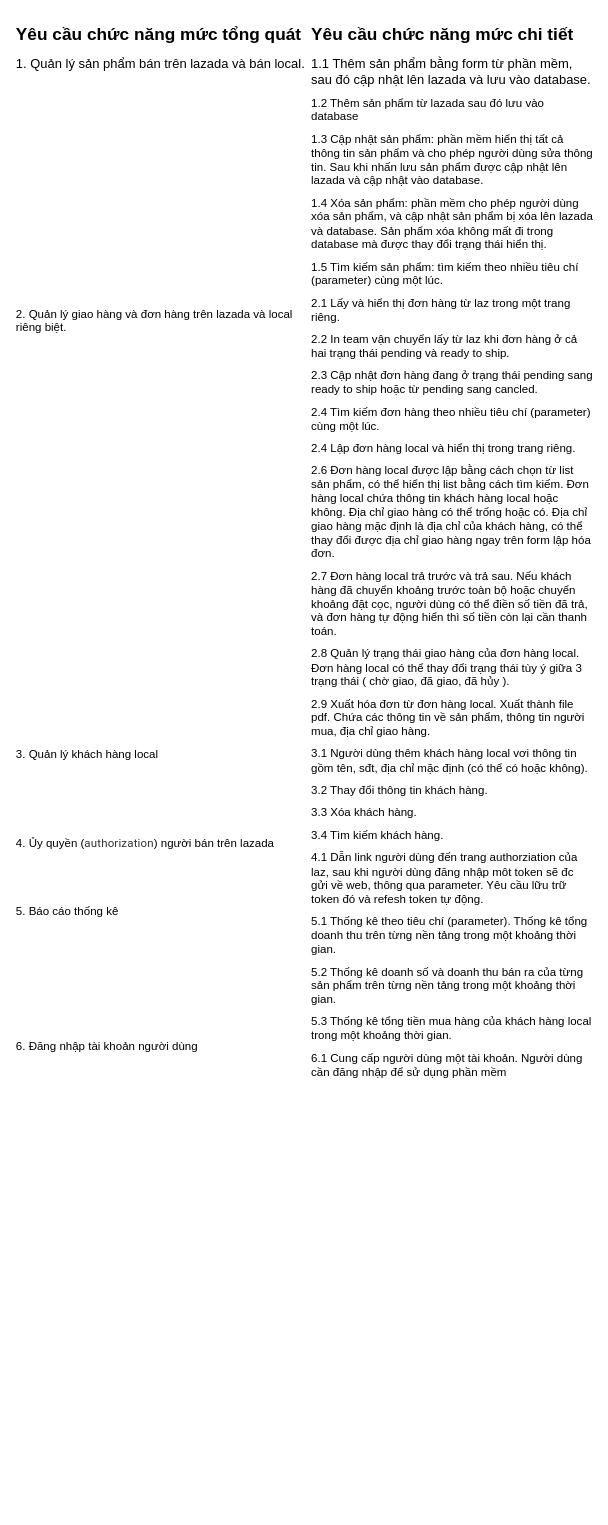
Before: page "Page-2" (2 of 2) of bfd.drawio in xxminhmie/override-project-document, a draw.io diagram. Source tidied: cells renumbered, new cells numbered last; positions are measured from the earlier drawing's top-left corner, leaving out a move shared by most shapes. Both pictures are drawn from the tidied source at 72%, with x=0, y=0 at pixel (12, 19).
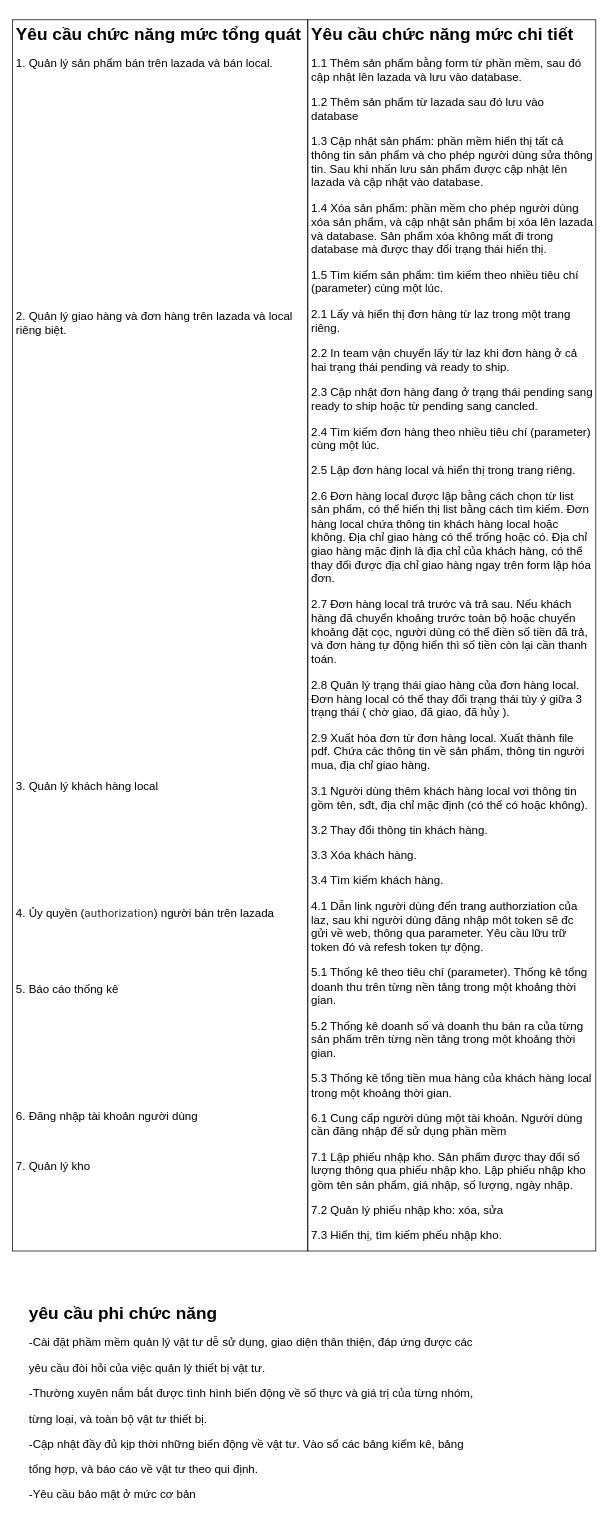
The same page after the edit.

The edit, as a diff of the source:
```diff
@@
 <mxGraphModel>
   <root>
     <mxCell id="0" />
     <mxCell id="1" parent="0" />
-    <mxCell id="2" value="&lt;h1&gt;Yêu cầu chức năng mức tổng quát&lt;/h1&gt;&lt;p&gt;&lt;font style=&quot;font-size: 18px&quot;&gt;1. Quản lý sản phẩm bán trên lazada và bán local.&lt;/font&gt;&lt;/p&gt;&lt;p&gt;&lt;font style=&quot;font-size: 18px&quot;&gt;&lt;br&gt;&lt;/font&gt;&lt;/p&gt;&lt;p&gt;&lt;font size=&quot;3&quot;&gt;&lt;br&gt;&lt;/font&gt;&lt;/p&gt;&lt;p&gt;&lt;font size=&quot;3&quot;&gt;&lt;br&gt;&lt;/font&gt;&lt;/p&gt;&lt;p&gt;&lt;font size=&quot;3&quot;&gt;&lt;br&gt;&lt;/font&gt;&lt;/p&gt;&lt;p&gt;&lt;font size=&quot;3&quot;&gt;&lt;br&gt;&lt;/font&gt;&lt;/p&gt;&lt;p&gt;&lt;font size=&quot;3&quot;&gt;&lt;br&gt;&lt;/font&gt;&lt;/p&gt;&lt;p&gt;&lt;font size=&quot;3&quot;&gt;&lt;br&gt;&lt;/font&gt;&lt;/p&gt;&lt;p&gt;&lt;font size=&quot;3&quot;&gt;&lt;br&gt;&lt;/font&gt;&lt;/p&gt;&lt;p&gt;&lt;font size=&quot;3&quot;&gt;&lt;br&gt;&lt;/font&gt;&lt;/p&gt;&lt;p&gt;&lt;font size=&quot;3&quot;&gt;&lt;br&gt;&lt;/font&gt;&lt;/p&gt;&lt;p&gt;&lt;font size=&quot;3&quot;&gt;2. Quản lý giao hàng và đơn hàng trên lazada và local riêng biệt.&lt;/font&gt;&lt;/p&gt;&lt;p&gt;&lt;font size=&quot;3&quot;&gt;&lt;br&gt;&lt;/font&gt;&lt;/p&gt;&lt;p&gt;&lt;font size=&quot;3&quot;&gt;&lt;br&gt;&lt;/font&gt;&lt;/p&gt;&lt;p&gt;&lt;font size=&quot;3&quot;&gt;&lt;br&gt;&lt;/font&gt;&lt;/p&gt;&lt;p&gt;&lt;font size=&quot;3&quot;&gt;&lt;br&gt;&lt;/font&gt;&lt;/p&gt;&lt;p&gt;&lt;font size=&quot;3&quot;&gt;&lt;br&gt;&lt;/font&gt;&lt;/p&gt;&lt;p&gt;&lt;font size=&quot;3&quot;&gt;&lt;br&gt;&lt;/font&gt;&lt;/p&gt;&lt;p&gt;&lt;font size=&quot;3&quot;&gt;&lt;br&gt;&lt;/font&gt;&lt;/p&gt;&lt;p&gt;&lt;font size=&quot;3&quot;&gt;&lt;br&gt;&lt;/font&gt;&lt;/p&gt;&lt;p&gt;&lt;font size=&quot;3&quot;&gt;&lt;br&gt;&lt;/font&gt;&lt;/p&gt;&lt;p&gt;&lt;font size=&quot;3&quot;&gt;&lt;br&gt;&lt;/font&gt;&lt;/p&gt;&lt;p&gt;&lt;font size=&quot;3&quot;&gt;&lt;br&gt;&lt;/font&gt;&lt;/p&gt;&lt;p&gt;&lt;font size=&quot;3&quot;&gt;&lt;br&gt;&lt;/font&gt;&lt;/p&gt;&lt;p&gt;&lt;font size=&quot;3&quot;&gt;&lt;br&gt;&lt;/font&gt;&lt;/p&gt;&lt;p&gt;&lt;font size=&quot;3&quot;&gt;&lt;br&gt;&lt;/font&gt;&lt;/p&gt;&lt;p&gt;&lt;font size=&quot;3&quot;&gt;&lt;br&gt;&lt;/font&gt;&lt;/p&gt;&lt;p&gt;&lt;font size=&quot;3&quot;&gt;&lt;br&gt;&lt;/font&gt;&lt;/p&gt;&lt;p&gt;&lt;font size=&quot;3&quot;&gt;&lt;br&gt;&lt;/font&gt;&lt;/p&gt;&lt;p&gt;&lt;font size=&quot;3&quot;&gt;&lt;br&gt;&lt;/font&gt;&lt;/p&gt;&lt;p&gt;&lt;font size=&quot;3&quot;&gt;3. Quản lý khách hàng local&lt;/font&gt;&lt;/p&gt;&lt;p&gt;&lt;font size=&quot;3&quot;&gt;&lt;br&gt;&lt;/font&gt;&lt;/p&gt;&lt;p&gt;&lt;font size=&quot;3&quot;&gt;&lt;br&gt;&lt;/font&gt;&lt;/p&gt;&lt;p&gt;&lt;font size=&quot;3&quot;&gt;&lt;br&gt;&lt;/font&gt;&lt;/p&gt;&lt;p&gt;&lt;font size=&quot;3&quot;&gt;4. Ủy quyền (&lt;/font&gt;&lt;span style=&quot;color: rgb(51 , 51 , 51) ; font-family: &amp;#34;roboto&amp;#34; , &amp;#34;helvetica&amp;#34; , &amp;#34;tahoma&amp;#34; , &amp;#34;arial&amp;#34; , &amp;#34;hiragino sans gb&amp;#34; , &amp;#34;microsoft yahei&amp;#34; , &amp;#34;simsun&amp;#34; , sans-serif ; letter-spacing: 0.2px ; background-color: rgb(255 , 255 , 255)&quot;&gt;&lt;font size=&quot;3&quot;&gt;authorization&lt;/font&gt;&lt;/span&gt;&lt;font size=&quot;3&quot;&gt;) người bán trên lazada&lt;/font&gt;&lt;/p&gt;&lt;p&gt;&lt;font size=&quot;3&quot;&gt;&lt;br&gt;&lt;/font&gt;&lt;/p&gt;&lt;p&gt;&lt;font size=&quot;3&quot;&gt;&lt;br&gt;&lt;/font&gt;&lt;/p&gt;&lt;p&gt;&lt;font size=&quot;3&quot;&gt;5. Báo cáo thống kê&lt;/font&gt;&lt;/p&gt;&lt;p&gt;&lt;font size=&quot;3&quot;&gt;&lt;br&gt;&lt;/font&gt;&lt;/p&gt;&lt;p&gt;&lt;font size=&quot;3&quot;&gt;&lt;br&gt;&lt;/font&gt;&lt;/p&gt;&lt;p&gt;&lt;font size=&quot;3&quot;&gt;&lt;br&gt;&lt;/font&gt;&lt;/p&gt;&lt;p&gt;&lt;font size=&quot;3&quot;&gt;&lt;br&gt;&lt;/font&gt;&lt;/p&gt;&lt;p&gt;&lt;font size=&quot;3&quot;&gt;&lt;br&gt;&lt;/font&gt;&lt;/p&gt;&lt;p&gt;&lt;font size=&quot;3&quot;&gt;6. Đăng nhập tài khoản người dùng&lt;/font&gt;&lt;/p&gt;" style="text;html=1;strokeColor=none;fillColor=none;spacing=5;spacingTop=-20;whiteSpace=wrap;overflow=hidden;rounded=0;" parent="1" vertex="1">
-      <mxGeometry width="410" height="1600" as="geometry" />
+    <mxCell id="2" value="&lt;h1&gt;Yêu cầu chức năng mức tổng quát&lt;/h1&gt;&lt;p style=&quot;font-size: 16px&quot;&gt;&lt;font style=&quot;font-size: 16px&quot;&gt;1. Quản lý sản phẩm bán trên lazada và bán local.&lt;/font&gt;&lt;/p&gt;&lt;p style=&quot;font-size: 16px&quot;&gt;&lt;font style=&quot;font-size: 16px&quot;&gt;&lt;br&gt;&lt;/font&gt;&lt;/p&gt;&lt;p style=&quot;font-size: 16px&quot;&gt;&lt;font style=&quot;font-size: 16px&quot;&gt;&lt;br&gt;&lt;/font&gt;&lt;/p&gt;&lt;p style=&quot;font-size: 16px&quot;&gt;&lt;font style=&quot;font-size: 16px&quot;&gt;&lt;br&gt;&lt;/font&gt;&lt;/p&gt;&lt;p style=&quot;font-size: 16px&quot;&gt;&lt;font style=&quot;font-size: 16px&quot;&gt;&lt;br&gt;&lt;/font&gt;&lt;/p&gt;&lt;p style=&quot;font-size: 16px&quot;&gt;&lt;font style=&quot;font-size: 16px&quot;&gt;&lt;br&gt;&lt;/font&gt;&lt;/p&gt;&lt;p style=&quot;font-size: 16px&quot;&gt;&lt;font style=&quot;font-size: 16px&quot;&gt;&lt;br&gt;&lt;/font&gt;&lt;/p&gt;&lt;p style=&quot;font-size: 16px&quot;&gt;&lt;font style=&quot;font-size: 16px&quot;&gt;&lt;br&gt;&lt;/font&gt;&lt;/p&gt;&lt;p style=&quot;font-size: 16px&quot;&gt;&lt;font style=&quot;font-size: 16px&quot;&gt;&lt;br&gt;&lt;/font&gt;&lt;/p&gt;&lt;p style=&quot;font-size: 16px&quot;&gt;&lt;font style=&quot;font-size: 16px&quot;&gt;&lt;br&gt;&lt;/font&gt;&lt;/p&gt;&lt;p style=&quot;font-size: 16px&quot;&gt;&lt;font style=&quot;font-size: 16px&quot;&gt;2. Quản lý giao hàng và đơn hàng trên lazada và local riêng biệt.&lt;/font&gt;&lt;/p&gt;&lt;p style=&quot;font-size: 16px&quot;&gt;&lt;font style=&quot;font-size: 16px&quot;&gt;&lt;br&gt;&lt;/font&gt;&lt;/p&gt;&lt;p style=&quot;font-size: 16px&quot;&gt;&lt;font style=&quot;font-size: 16px&quot;&gt;&lt;br&gt;&lt;/font&gt;&lt;/p&gt;&lt;p style=&quot;font-size: 16px&quot;&gt;&lt;font style=&quot;font-size: 16px&quot;&gt;&lt;br&gt;&lt;/font&gt;&lt;/p&gt;&lt;p style=&quot;font-size: 16px&quot;&gt;&lt;font style=&quot;font-size: 16px&quot;&gt;&lt;br&gt;&lt;/font&gt;&lt;/p&gt;&lt;p style=&quot;font-size: 16px&quot;&gt;&lt;font style=&quot;font-size: 16px&quot;&gt;&lt;br&gt;&lt;/font&gt;&lt;/p&gt;&lt;p style=&quot;font-size: 16px&quot;&gt;&lt;font style=&quot;font-size: 16px&quot;&gt;&lt;br&gt;&lt;/font&gt;&lt;/p&gt;&lt;p style=&quot;font-size: 16px&quot;&gt;&lt;font style=&quot;font-size: 16px&quot;&gt;&lt;br&gt;&lt;/font&gt;&lt;/p&gt;&lt;p style=&quot;font-size: 16px&quot;&gt;&lt;font style=&quot;font-size: 16px&quot;&gt;&lt;br&gt;&lt;/font&gt;&lt;/p&gt;&lt;p style=&quot;font-size: 16px&quot;&gt;&lt;font style=&quot;font-size: 16px&quot;&gt;&lt;br&gt;&lt;/font&gt;&lt;/p&gt;&lt;p style=&quot;font-size: 16px&quot;&gt;&lt;font style=&quot;font-size: 16px&quot;&gt;&lt;br&gt;&lt;/font&gt;&lt;/p&gt;&lt;p style=&quot;font-size: 16px&quot;&gt;&lt;font style=&quot;font-size: 16px&quot;&gt;&lt;br&gt;&lt;/font&gt;&lt;/p&gt;&lt;p style=&quot;font-size: 16px&quot;&gt;&lt;font style=&quot;font-size: 16px&quot;&gt;&lt;br&gt;&lt;/font&gt;&lt;/p&gt;&lt;p style=&quot;font-size: 16px&quot;&gt;&lt;font style=&quot;font-size: 16px&quot;&gt;&lt;br&gt;&lt;/font&gt;&lt;/p&gt;&lt;p style=&quot;font-size: 16px&quot;&gt;&lt;font style=&quot;font-size: 16px&quot;&gt;&lt;br&gt;&lt;/font&gt;&lt;/p&gt;&lt;p style=&quot;font-size: 16px&quot;&gt;&lt;font style=&quot;font-size: 16px&quot;&gt;&lt;br&gt;&lt;/font&gt;&lt;/p&gt;&lt;p style=&quot;font-size: 16px&quot;&gt;&lt;font style=&quot;font-size: 16px&quot;&gt;&lt;br&gt;&lt;/font&gt;&lt;/p&gt;&lt;p style=&quot;font-size: 16px&quot;&gt;&lt;font style=&quot;font-size: 16px&quot;&gt;&lt;br&gt;&lt;/font&gt;&lt;/p&gt;&lt;p style=&quot;font-size: 16px&quot;&gt;&lt;font style=&quot;font-size: 16px&quot;&gt;3. Quản lý khách hàng local&lt;/font&gt;&lt;/p&gt;&lt;p style=&quot;font-size: 16px&quot;&gt;&lt;font style=&quot;font-size: 16px&quot;&gt;&lt;br&gt;&lt;/font&gt;&lt;/p&gt;&lt;p style=&quot;font-size: 16px&quot;&gt;&lt;font style=&quot;font-size: 16px&quot;&gt;&lt;br&gt;&lt;/font&gt;&lt;/p&gt;&lt;p style=&quot;font-size: 16px&quot;&gt;&lt;font style=&quot;font-size: 16px&quot;&gt;&lt;br&gt;&lt;/font&gt;&lt;/p&gt;&lt;p style=&quot;font-size: 16px&quot;&gt;&lt;font style=&quot;font-size: 16px&quot;&gt;&lt;br&gt;&lt;/font&gt;&lt;/p&gt;&lt;p style=&quot;font-size: 16px&quot;&gt;&lt;font style=&quot;font-size: 16px&quot;&gt;4. Ủy quyền (&lt;span style=&quot;color: rgb(51 , 51 , 51) ; font-family: &amp;#34;roboto&amp;#34; , &amp;#34;helvetica&amp;#34; , &amp;#34;tahoma&amp;#34; , &amp;#34;arial&amp;#34; , &amp;#34;hiragino sans gb&amp;#34; , &amp;#34;microsoft yahei&amp;#34; , &amp;#34;simsun&amp;#34; , sans-serif ; letter-spacing: 0.2px ; background-color: rgb(255 , 255 , 255)&quot;&gt;authorization&lt;/span&gt;) người bán trên lazada&lt;/font&gt;&lt;/p&gt;&lt;p style=&quot;font-size: 16px&quot;&gt;&lt;font style=&quot;font-size: 16px&quot;&gt;&lt;br&gt;&lt;/font&gt;&lt;/p&gt;&lt;p style=&quot;font-size: 16px&quot;&gt;&lt;font style=&quot;font-size: 16px&quot;&gt;&lt;br&gt;&lt;/font&gt;&lt;/p&gt;&lt;p style=&quot;font-size: 16px&quot;&gt;&lt;font style=&quot;font-size: 16px&quot;&gt;5. Báo cáo thống kê&lt;/font&gt;&lt;/p&gt;&lt;p style=&quot;font-size: 16px&quot;&gt;&lt;font style=&quot;font-size: 16px&quot;&gt;&lt;br&gt;&lt;/font&gt;&lt;/p&gt;&lt;p style=&quot;font-size: 16px&quot;&gt;&lt;font style=&quot;font-size: 16px&quot;&gt;&lt;br&gt;&lt;/font&gt;&lt;/p&gt;&lt;p style=&quot;font-size: 16px&quot;&gt;&lt;font style=&quot;font-size: 16px&quot;&gt;&lt;br&gt;&lt;/font&gt;&lt;/p&gt;&lt;p style=&quot;font-size: 16px&quot;&gt;&lt;font style=&quot;font-size: 16px&quot;&gt;&lt;br&gt;&lt;/font&gt;&lt;/p&gt;&lt;p style=&quot;font-size: 16px&quot;&gt;&lt;font style=&quot;font-size: 16px&quot;&gt;6. Đăng nhập tài khoản người dùng&lt;/font&gt;&lt;/p&gt;&lt;p style=&quot;font-size: 16px&quot;&gt;&lt;font style=&quot;font-size: 16px&quot;&gt;&lt;br&gt;&lt;/font&gt;&lt;/p&gt;&lt;p style=&quot;font-size: 16px&quot;&gt;&lt;font style=&quot;font-size: 16px&quot;&gt;&lt;font style=&quot;font-size: 16px&quot;&gt;7. Quản lý kho&lt;/font&gt;&lt;br&gt;&lt;/font&gt;&lt;/p&gt;" style="text;html=1;fillColor=none;spacing=5;spacingTop=-20;whiteSpace=wrap;overflow=hidden;rounded=0;strokeColor=#000000;" parent="1" vertex="1">
+      <mxGeometry width="410" height="1710" as="geometry" />
     </mxCell>
-    <mxCell id="3" value="&lt;h1&gt;Yêu cầu chức năng mức chi tiết&lt;/h1&gt;&lt;p&gt;&lt;font style=&quot;font-size: 18px&quot;&gt;1.1 Thêm sản phẩm bằng form từ phần mềm, sau đó cập nhật lên lazada và lưu vào database.&lt;/font&gt;&lt;/p&gt;&lt;p&gt;&lt;font size=&quot;3&quot;&gt;1.2 Thêm sản phẩm từ lazada sau đó lưu vào database&lt;/font&gt;&lt;/p&gt;&lt;p&gt;&lt;font size=&quot;3&quot;&gt;1.3 Cập nhật sản phẩm: phần mềm hiển thị tất cả thông tin sản phẩm và cho phép người dùng sửa thông tin. Sau khi nhấn lưu sản phẩm được cập nhật lên lazada và cập nhật vào database.&lt;/font&gt;&lt;/p&gt;&lt;p&gt;&lt;font size=&quot;3&quot;&gt;1.4 Xóa sản phẩm: phần mềm cho phép người dùng xóa sản phẩm, và cập nhật sản phẩm bị xóa lên lazada và database. Sản phẩm xóa không mất đi trong database mà được thay đổi trạng thái hiển thị.&lt;/font&gt;&lt;/p&gt;&lt;p&gt;&lt;font size=&quot;3&quot;&gt;1.5 Tìm kiếm sản phẩm: tìm kiếm theo nhiều tiêu chí (parameter) cùng một lúc.&lt;/font&gt;&lt;/p&gt;&lt;p&gt;&lt;span style=&quot;font-size: medium&quot;&gt;2.1 Lấy và hiển thị đơn hàng từ laz trong một trang riêng.&lt;/span&gt;&lt;br&gt;&lt;/p&gt;&lt;p&gt;&lt;font size=&quot;3&quot;&gt;2.2 In team vận chuyển lấy từ laz khi đơn hàng ở cả hai trạng thái pending và ready to ship.&lt;/font&gt;&lt;/p&gt;&lt;p&gt;&lt;font size=&quot;3&quot;&gt;2.3 Cập nhật đơn hàng đang ở trạng thái pending sang ready to ship hoặc từ pending sang cancled.&lt;/font&gt;&lt;/p&gt;&lt;p&gt;&lt;font size=&quot;3&quot;&gt;2.4 Tìm kiếm đơn hàng theo nhiều tiêu chí (parameter) cùng một lúc.&lt;/font&gt;&lt;/p&gt;&lt;p&gt;&lt;font size=&quot;3&quot;&gt;2.4 Lập đơn hàng local và hiển thị trong trang riêng.&lt;/font&gt;&lt;/p&gt;&lt;p&gt;&lt;font size=&quot;3&quot;&gt;2.6 Đơn hàng local được lập bằng cách chọn từ list sản phẩm, có thể hiển thị list bằng cách tìm kiếm. Đơn hàng local chứa thông tin khách hàng local hoặc không. Địa chỉ giao hàng có thể trống hoặc có. Địa chỉ giao hàng mặc định là địa chỉ của khách hàng, có thể thay đổi được địa chỉ giao hàng ngay trên form lập hóa đơn.&lt;/font&gt;&lt;/p&gt;&lt;p&gt;&lt;font size=&quot;3&quot;&gt;2.7 Đơn hàng local trả trước và trả sau. Nếu khách hàng đã chuyển khoảng trước toàn bộ hoặc chuyển khoảng đặt cọc, người dùng có thể điền số tiền đã trả, và đơn hàng tự động hiển thì số tiền còn lại cần thanh toán.&lt;/font&gt;&lt;/p&gt;&lt;p&gt;&lt;font size=&quot;3&quot;&gt;2.8 Quản lý trạng thái giao hàng của đơn hàng local. Đơn hàng local có thể thay đổi trạng thái tùy ý giữa 3 trạng thái ( chờ giao, đã giao, đã hủy ).&lt;/font&gt;&lt;/p&gt;&lt;p&gt;&lt;font size=&quot;3&quot;&gt;2.9 Xuất hóa đơn từ đơn hàng local. Xuất thành file pdf. Chứa các thông tin về sản phẩm, thông tin người mua, địa chỉ giao hàng.&lt;/font&gt;&lt;/p&gt;&lt;p&gt;&lt;font size=&quot;3&quot;&gt;3.1 Người dùng thêm khách hàng local vơi thông tin gồm tên, sđt, địa chỉ mặc định (có thể có hoặc không).&lt;/font&gt;&lt;/p&gt;&lt;p&gt;&lt;font size=&quot;3&quot;&gt;3.2 Thay đổi thông tin khách hàng.&lt;/font&gt;&lt;/p&gt;&lt;p&gt;&lt;font size=&quot;3&quot;&gt;3.3 Xóa khách hàng.&lt;/font&gt;&lt;/p&gt;&lt;p&gt;&lt;font size=&quot;3&quot;&gt;3.4 Tìm kiếm khách hàng.&lt;/font&gt;&lt;/p&gt;&lt;p&gt;&lt;font size=&quot;3&quot;&gt;4.1 Dẫn link người dùng đến trang authorziation của laz, sau khi người dùng đăng nhập môt token sẽ đc gửi về web, thông qua parameter. Yêu cầu lữu trữ token đó và refesh token tự động.&lt;/font&gt;&lt;/p&gt;&lt;p&gt;&lt;font size=&quot;3&quot;&gt;5.1 Thống kê theo tiêu chí (parameter). Thống kê tổng doanh thu trên từng nền tảng trong một khoảng thời gian.&lt;/font&gt;&lt;/p&gt;&lt;p&gt;&lt;font size=&quot;3&quot;&gt;5.2 Thống kê doanh số và doanh thu bán ra của từng sản phẩm trên từng nền tảng trong một khoảng thời gian.&lt;/font&gt;&lt;/p&gt;&lt;p&gt;&lt;font size=&quot;3&quot;&gt;5.3 Thống kê tổng tiền mua hàng của khách hàng local trong một khoảng thời gian.&lt;/font&gt;&lt;/p&gt;&lt;p&gt;&lt;font size=&quot;3&quot;&gt;6.1 Cung cấp người dùng một tài khoản. Người dùng cần đăng nhập để sử dụng phần mềm&lt;/font&gt;&lt;/p&gt;" style="text;html=1;strokeColor=none;fillColor=none;spacing=5;spacingTop=-20;whiteSpace=wrap;overflow=hidden;rounded=0;" parent="1" vertex="1">
-      <mxGeometry x="410" width="400" height="1560" as="geometry" />
+    <mxCell id="3" value="&lt;h1&gt;&lt;font style=&quot;font-size: 24px&quot;&gt;Yêu cầu chức năng mức chi tiết&lt;/font&gt;&lt;/h1&gt;&lt;p style=&quot;font-size: 16px&quot;&gt;&lt;font style=&quot;font-size: 16px&quot;&gt;1.1 Thêm sản phẩm bằng form từ phần mềm, sau đó cập nhật lên lazada và lưu vào database.&lt;/font&gt;&lt;/p&gt;&lt;p style=&quot;font-size: 16px&quot;&gt;&lt;font style=&quot;font-size: 16px&quot;&gt;1.2 Thêm sản phẩm từ lazada sau đó lưu vào database&lt;/font&gt;&lt;/p&gt;&lt;p style=&quot;font-size: 16px&quot;&gt;&lt;font style=&quot;font-size: 16px&quot;&gt;1.3 Cập nhật sản phẩm: phần mềm hiển thị tất cả thông tin sản phẩm và cho phép người dùng sửa thông tin. Sau khi nhấn lưu sản phẩm được cập nhật lên lazada và cập nhật vào database.&lt;/font&gt;&lt;/p&gt;&lt;p style=&quot;font-size: 16px&quot;&gt;&lt;font style=&quot;font-size: 16px&quot;&gt;1.4 Xóa sản phẩm: phần mềm cho phép người dùng xóa sản phẩm, và cập nhật sản phẩm bị xóa lên lazada và database. Sản phẩm xóa không mất đi trong database mà được thay đổi trạng thái hiển thị.&lt;/font&gt;&lt;/p&gt;&lt;p style=&quot;font-size: 16px&quot;&gt;&lt;font style=&quot;font-size: 16px&quot;&gt;1.5 Tìm kiếm sản phẩm: tìm kiếm theo nhiều tiêu chí (parameter) cùng một lúc.&lt;/font&gt;&lt;/p&gt;&lt;p style=&quot;font-size: 16px&quot;&gt;&lt;font style=&quot;font-size: 16px&quot;&gt;&lt;span&gt;2.1 Lấy và hiển thị đơn hàng từ laz trong một trang riêng.&lt;/span&gt;&lt;br&gt;&lt;/font&gt;&lt;/p&gt;&lt;p style=&quot;font-size: 16px&quot;&gt;&lt;font style=&quot;font-size: 16px&quot;&gt;2.2 In team vận chuyển lấy từ laz khi đơn hàng ở cả hai trạng thái pending và ready to ship.&lt;/font&gt;&lt;/p&gt;&lt;p style=&quot;font-size: 16px&quot;&gt;&lt;font style=&quot;font-size: 16px&quot;&gt;2.3 Cập nhật đơn hàng đang ở trạng thái pending sang ready to ship hoặc từ pending sang cancled.&lt;/font&gt;&lt;/p&gt;&lt;p style=&quot;font-size: 16px&quot;&gt;&lt;font style=&quot;font-size: 16px&quot;&gt;2.4 Tìm kiếm đơn hàng theo nhiều tiêu chí (parameter) cùng một lúc.&lt;/font&gt;&lt;/p&gt;&lt;p style=&quot;font-size: 16px&quot;&gt;&lt;font style=&quot;font-size: 16px&quot;&gt;2.5 Lập đơn hàng local và hiển thị trong trang riêng.&lt;/font&gt;&lt;/p&gt;&lt;p style=&quot;font-size: 16px&quot;&gt;&lt;font style=&quot;font-size: 16px&quot;&gt;2.6 Đơn hàng local được lập bằng cách chọn từ list sản phẩm, có thể hiển thị list bằng cách tìm kiếm. Đơn hàng local chứa thông tin khách hàng local hoặc không. Địa chỉ giao hàng có thể trống hoặc có. Địa chỉ giao hàng mặc định là địa chỉ của khách hàng, có thể thay đổi được địa chỉ giao hàng ngay trên form lập hóa đơn.&lt;/font&gt;&lt;/p&gt;&lt;p style=&quot;font-size: 16px&quot;&gt;&lt;font style=&quot;font-size: 16px&quot;&gt;2.7 Đơn hàng local trả trước và trả sau. Nếu khách hàng đã chuyển khoảng trước toàn bộ hoặc chuyển khoảng đặt cọc, người dùng có thể điền số tiền đã trả, và đơn hàng tự động hiển thì số tiền còn lại cần thanh toán.&lt;/font&gt;&lt;/p&gt;&lt;p style=&quot;font-size: 16px&quot;&gt;&lt;font style=&quot;font-size: 16px&quot;&gt;2.8 Quản lý trạng thái giao hàng của đơn hàng local. Đơn hàng local có thể thay đổi trạng thái tùy ý giữa 3 trạng thái ( chờ giao, đã giao, đã hủy ).&lt;/font&gt;&lt;/p&gt;&lt;p style=&quot;font-size: 16px&quot;&gt;&lt;font style=&quot;font-size: 16px&quot;&gt;2.9 Xuất hóa đơn từ đơn hàng local. Xuất thành file pdf. Chứa các thông tin về sản phẩm, thông tin người mua, địa chỉ giao hàng.&lt;/font&gt;&lt;/p&gt;&lt;p style=&quot;font-size: 16px&quot;&gt;&lt;font style=&quot;font-size: 16px&quot;&gt;3.1 Người dùng thêm khách hàng local vơi thông tin gồm tên, sđt, địa chỉ mặc định (có thể có hoặc không).&lt;/font&gt;&lt;/p&gt;&lt;p style=&quot;font-size: 16px&quot;&gt;&lt;font style=&quot;font-size: 16px&quot;&gt;3.2 Thay đổi thông tin khách hàng.&lt;/font&gt;&lt;/p&gt;&lt;p style=&quot;font-size: 16px&quot;&gt;&lt;font style=&quot;font-size: 16px&quot;&gt;3.3 Xóa khách hàng.&lt;/font&gt;&lt;/p&gt;&lt;p style=&quot;font-size: 16px&quot;&gt;&lt;font style=&quot;font-size: 16px&quot;&gt;3.4 Tìm kiếm khách hàng.&lt;/font&gt;&lt;/p&gt;&lt;p style=&quot;font-size: 16px&quot;&gt;&lt;font style=&quot;font-size: 16px&quot;&gt;4.1 Dẫn link người dùng đến trang authorziation của laz, sau khi người dùng đăng nhập môt token sẽ đc gửi về web, thông qua parameter. Yêu cầu lữu trữ token đó và refesh token tự động.&lt;/font&gt;&lt;/p&gt;&lt;p style=&quot;font-size: 16px&quot;&gt;&lt;font style=&quot;font-size: 16px&quot;&gt;5.1 Thống kê theo tiêu chí (parameter). Thống kê tổng doanh thu trên từng nền tảng trong một khoảng thời gian.&lt;/font&gt;&lt;/p&gt;&lt;p style=&quot;font-size: 16px&quot;&gt;&lt;font style=&quot;font-size: 16px&quot;&gt;5.2 Thống kê doanh số và doanh thu bán ra của từng sản phẩm trên từng nền tảng trong một khoảng thời gian.&lt;/font&gt;&lt;/p&gt;&lt;p style=&quot;font-size: 16px&quot;&gt;&lt;font style=&quot;font-size: 16px&quot;&gt;5.3 Thống kê tổng tiền mua hàng của khách hàng local trong một khoảng thời gian.&lt;/font&gt;&lt;/p&gt;&lt;p style=&quot;font-size: 16px&quot;&gt;&lt;font style=&quot;font-size: 16px&quot;&gt;6.1 Cung cấp người dùng một tài khoản. Người dùng cần đăng nhập để sử dụng phần mềm&lt;/font&gt;&lt;/p&gt;&lt;p style=&quot;font-size: 16px&quot;&gt;&lt;font style=&quot;font-size: 16px&quot;&gt;7.1 Lập phiếu nhập kho. Sản phẩm được thay đổi số lượng thông qua phiếu nhập kho. Lập phiếu nhập kho gồm tên sản phẩm, giá nhập, số lượng, ngày nhập.&lt;/font&gt;&lt;/p&gt;&lt;p style=&quot;font-size: 16px&quot;&gt;&lt;font style=&quot;font-size: 16px&quot;&gt;7.2 Quản lý phiếu nhập kho: xóa, sửa&lt;br&gt;&lt;/font&gt;&lt;/p&gt;&lt;p style=&quot;font-size: 16px&quot;&gt;&lt;font style=&quot;font-size: 16px&quot;&gt;&lt;font style=&quot;font-size: 16px&quot;&gt;7.3 Hiển thị, tìm kiếm phếu nhập kho.&lt;/font&gt;&lt;br&gt;&lt;/font&gt;&lt;/p&gt;" style="text;html=1;fillColor=none;spacing=5;spacingTop=-20;whiteSpace=wrap;overflow=hidden;rounded=0;strokeColor=#000000;perimeterSpacing=0;" parent="1" vertex="1">
+      <mxGeometry x="410" width="400" height="1710" as="geometry" />
     </mxCell>
+    <mxCell id="4" value="&lt;h1&gt;yêu cầu phi chức năng&lt;/h1&gt;&lt;p style=&quot;font-size: 16px&quot;&gt;&lt;font style=&quot;font-size: 16px&quot;&gt;-Cài đặt phầm mềm quản lý vật tư dễ sử dụng, giao diện thân thiện, đáp ứng được các&lt;/font&gt;&lt;/p&gt;&lt;p style=&quot;font-size: 16px&quot;&gt;&lt;font style=&quot;font-size: 16px&quot;&gt;yêu cầu đòi hỏi của việc quản lý thiết bị vật tư.&lt;/font&gt;&lt;/p&gt;&lt;p style=&quot;font-size: 16px&quot;&gt;&lt;font style=&quot;font-size: 16px&quot;&gt;-Thường xuyên nắm bắt được tình hình biến động về số thực và giá trị của từng nhóm,&lt;/font&gt;&lt;/p&gt;&lt;p style=&quot;font-size: 16px&quot;&gt;&lt;font style=&quot;font-size: 16px&quot;&gt;từng loại, và toàn bộ vật tư thiết bị.&lt;/font&gt;&lt;/p&gt;&lt;p style=&quot;font-size: 16px&quot;&gt;&lt;font style=&quot;font-size: 16px&quot;&gt;-Cập nhật đầy đủ kịp thời những biến động về vật tư. Vào sổ các bảng kiểm kê, bảng&lt;/font&gt;&lt;/p&gt;&lt;p style=&quot;font-size: 16px&quot;&gt;&lt;font style=&quot;font-size: 16px&quot;&gt;tổng hợp, và báo cáo về vật tư theo qui định.&lt;/font&gt;&lt;/p&gt;&lt;p style=&quot;font-size: 16px&quot;&gt;&lt;font style=&quot;font-size: 16px&quot;&gt;-Yêu cầu bảo mật ở mức cơ bản&lt;/font&gt;&lt;br&gt;&lt;/p&gt;" style="text;whiteSpace=wrap;html=1;" parent="1" vertex="1">
+      <mxGeometry x="21" y="1760" width="760" height="310" as="geometry" />
+    </mxCell>
   </root>
 </mxGraphModel>
```
